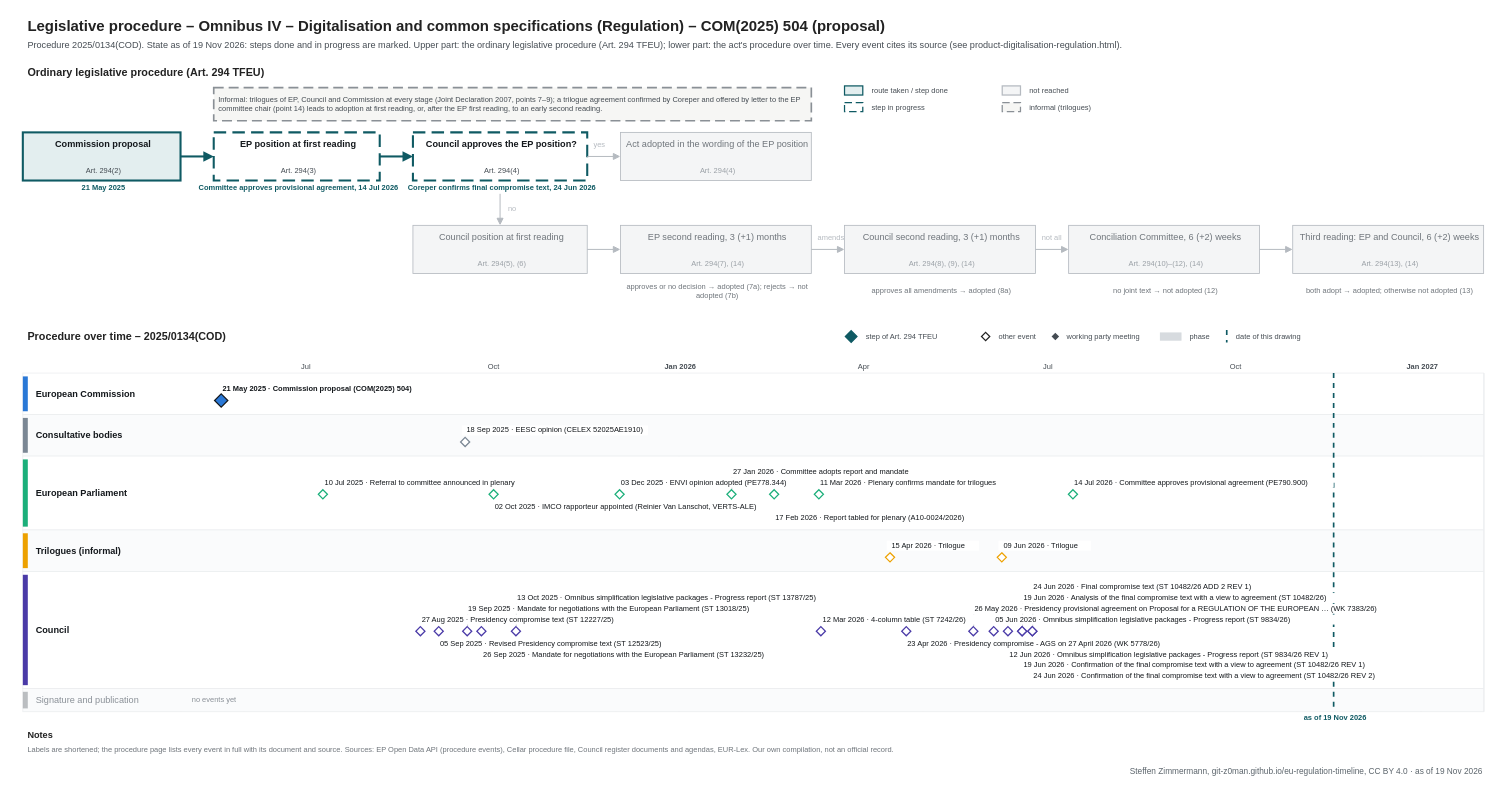
Earlier version of the draw.io diagram procedures/product-digitalisation-regulation.drawio (git-z0man/eu-regulation-timeline). Source tidied: cells renumbered, new cells numbered last; positions are measured from the earlier drawing's top-left corner, leaving out a move shared by most shapes. Both pictures are drawn from the tidied source at 83%, with x=0, y=0 at pixel (14, 14).
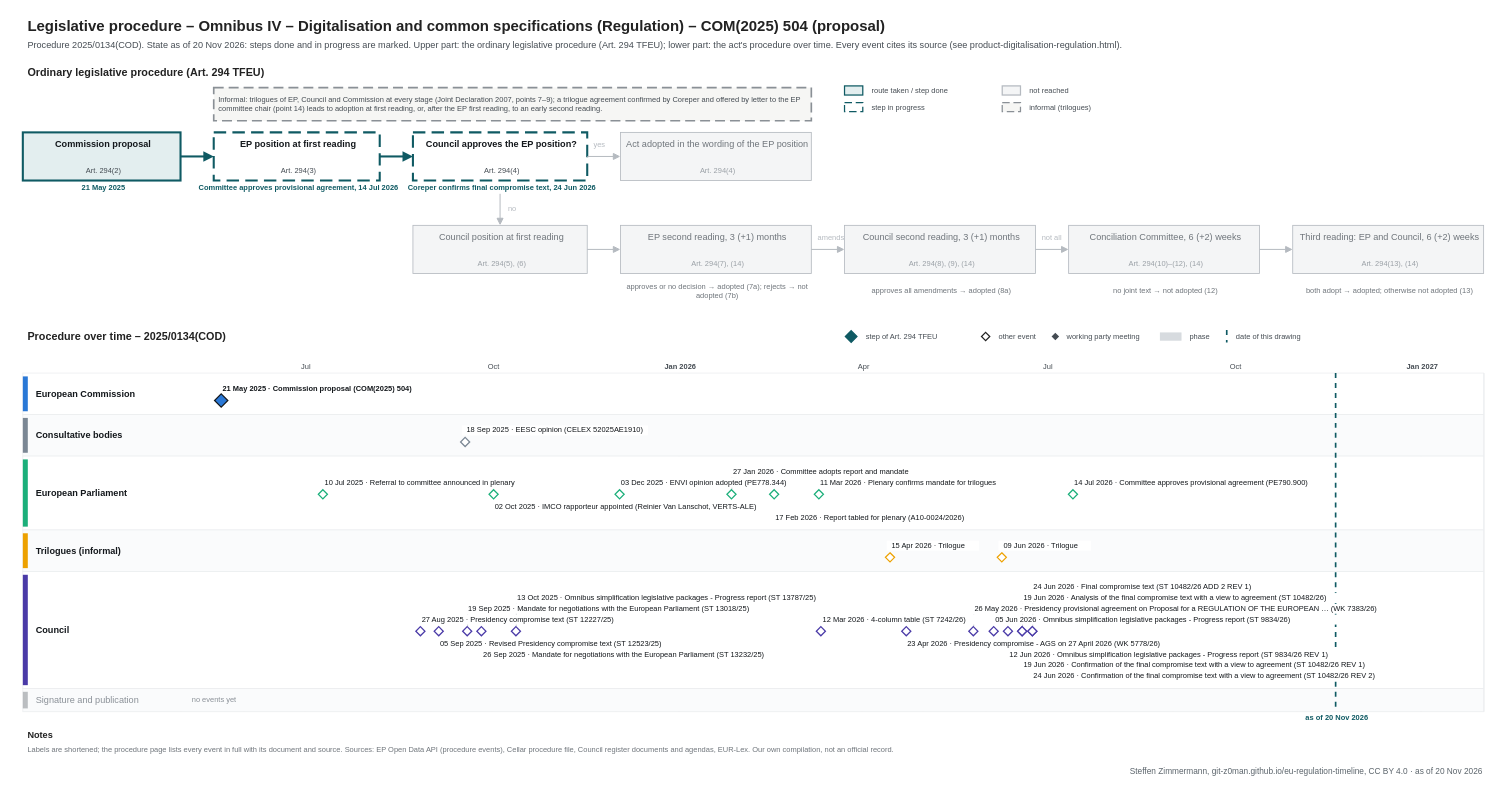
The same page after the edit.

Change to the diagram source:
```diff
@@
-    <mxCell id="3" value="Procedure 2025/0134(COD). State as of 19 Nov 2026: steps done and in progress are marked. Upper part: the ordinary legislative procedure (Art. 294 TFEU); lower part: the act's procedure over time. Every event cites its source (see product-digitalisation-regulation.html)." style="text;html=1;fontSize=11;fontColor=#454c53;align=left;verticalAlign=middle;spacingLeft=4;" parent="1" vertex="1">
+    <mxCell id="3" value="Procedure 2025/0134(COD). State as of 20 Nov 2026: steps done and in progress are marked. Upper part: the ordinary legislative procedure (Art. 294 TFEU); lower part: the act's procedure over time. Every event cites its source (see product-digitalisation-regulation.html)." style="text;html=1;fontSize=11;fontColor=#454c53;align=left;verticalAlign=middle;spacingLeft=4;" parent="1" vertex="1">
       <mxGeometry x="10" y="28" width="1700" height="18" as="geometry" />
     </mxCell>
@@
     <mxCell id="120" style="line;html=1;strokeWidth=2;strokeColor=#0f5a63;direction=south;dashed=1;" parent="1" vertex="1">
-      <mxGeometry x="1588.8" y="432" width="1" height="408" as="geometry" />
+      <mxGeometry x="1591.2" y="432" width="1" height="408" as="geometry" />
     </mxCell>
-    <mxCell id="121" value="as of 19 Nov 2026" style="text;html=1;fontSize=9;fontColor=#0f5a63;align=center;verticalAlign=middle;spacingLeft=4;fontStyle=1;" parent="1" vertex="1">
-      <mxGeometry x="1528.8" y="841" width="120" height="12" as="geometry" />
+    <mxCell id="121" value="as of 20 Nov 2026" style="text;html=1;fontSize=9;fontColor=#0f5a63;align=center;verticalAlign=middle;spacingLeft=4;fontStyle=1;" parent="1" vertex="1">
+      <mxGeometry x="1531.2" y="841" width="120" height="12" as="geometry" />
     </mxCell>
@@
-    <mxCell id="185" value="Steffen Zimmermann, git-z0man.github.io/eu-regulation-timeline, CC BY 4.0 · as of 19 Nov 2026" style="text;html=1;fontSize=10;fontColor=#5b646b;align=right;verticalAlign=middle;spacingLeft=4;" parent="1" vertex="1">
+    <mxCell id="185" value="Steffen Zimmermann, git-z0man.github.io/eu-regulation-timeline, CC BY 4.0 · as of 20 Nov 2026" style="text;html=1;fontSize=10;fontColor=#5b646b;align=right;verticalAlign=middle;spacingLeft=4;" parent="1" vertex="1">
       <mxGeometry x="10" y="904" width="1760" height="16" as="geometry" />
     </mxCell>
```
